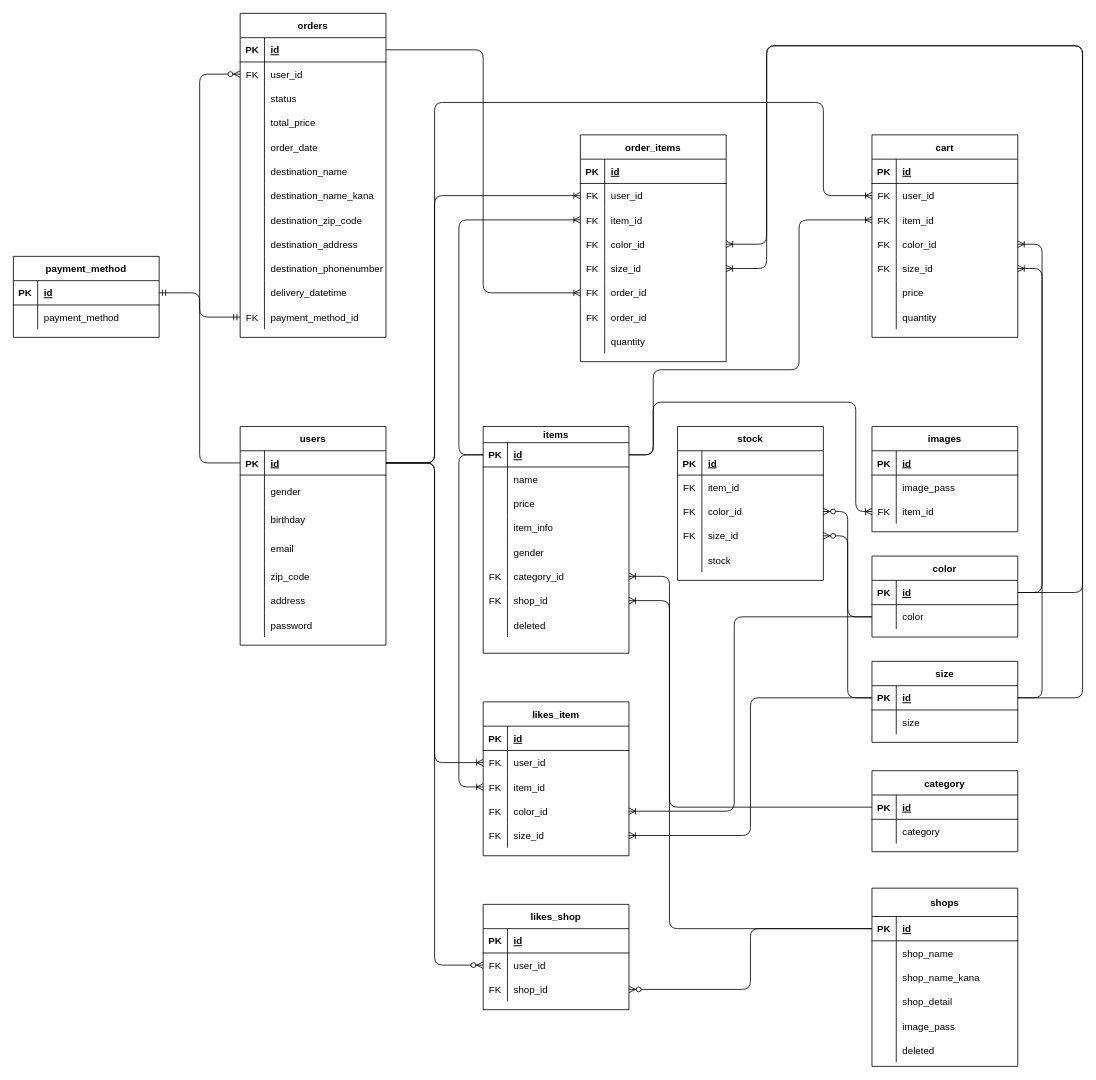
This is design/mozo.drawio from daimatsunaga/mozotown, a draw.io file, before an edit. Source tidied: cells renumbered, new cells numbered last; positions are measured from the earlier drawing's top-left corner, leaving out a move shared by most shapes. Both pictures are drawn from the tidied source at 81%, with x=0, y=0 at pixel (13, 13).
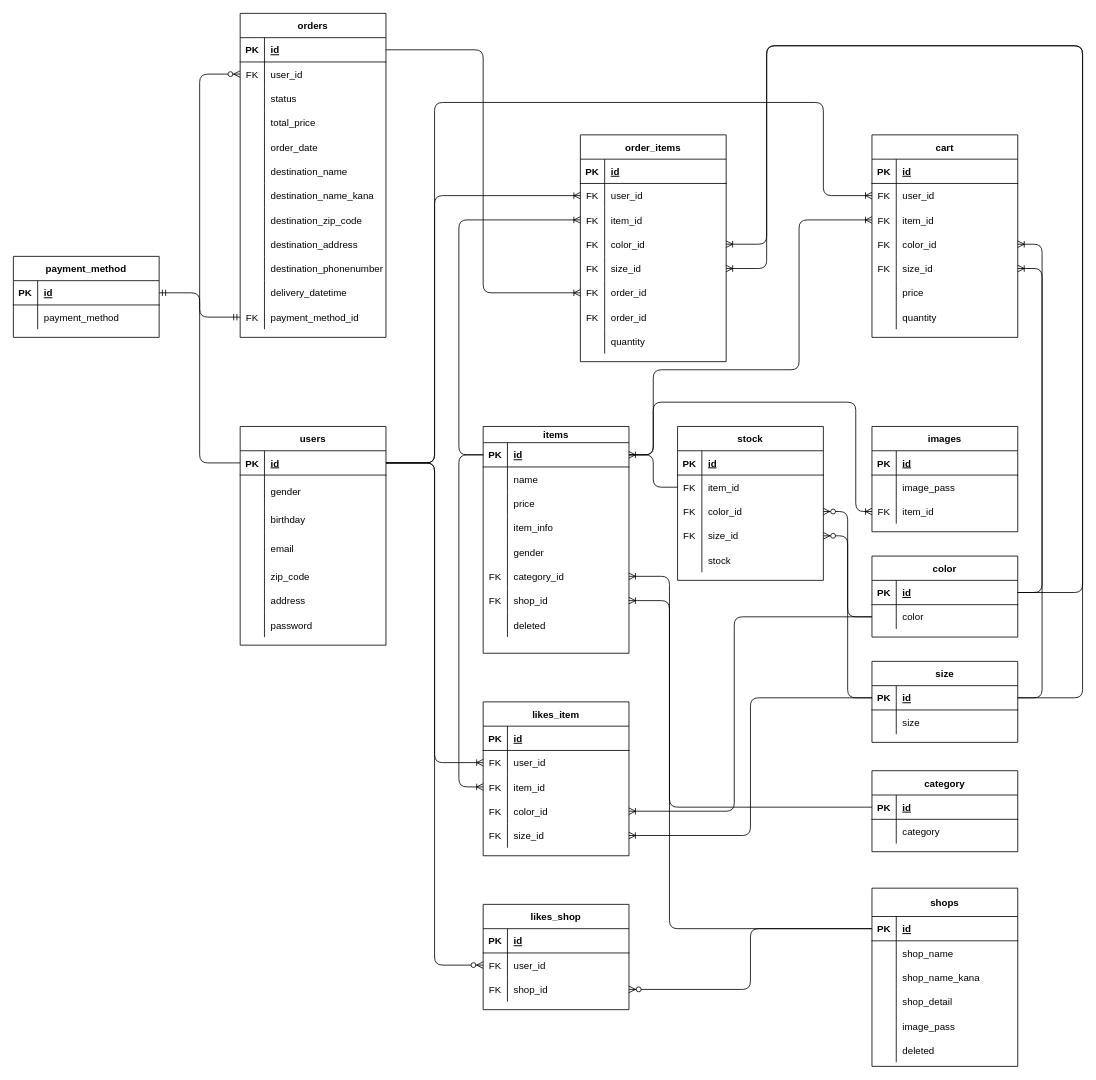
Above is the later version.

Commit message:
ER図一部修正

The change refers to these unchanged cells:
```xml
<mxCell id="25" style="shape=partialRectangle;fillColor=none;top=0;left=0;bottom=1;right=0;points=[[0,0.5],[1,0.5]];portConstraint=eastwest;" parent="24" vertex="1">
  <mxGeometry y="20" width="180" height="30" as="geometry" />
</mxCell>
<mxCell id="129" style="shape=partialRectangle;fillColor=none;top=0;left=0;bottom=0;right=0;points=[[0,0.5],[1,0.5]];portConstraint=eastwest;" parent="125" vertex="1">
  <mxGeometry y="60" width="180" height="30" as="geometry" />
</mxCell>
```

The edit, as a diff of the source:
```diff
@@
+    <mxCell id="254" style="edgeStyle=entityRelationEdgeStyle;fontSize=12;html=1;endArrow=ERoneToMany;exitX=0;exitY=0.5;exitDx=0;exitDy=0;entryX=1;entryY=0.5;entryDx=0;entryDy=0;" parent="1" edge="1" source="129" target="25">
+      <mxGeometry relative="1" as="geometry" />
+    </mxCell>
```
